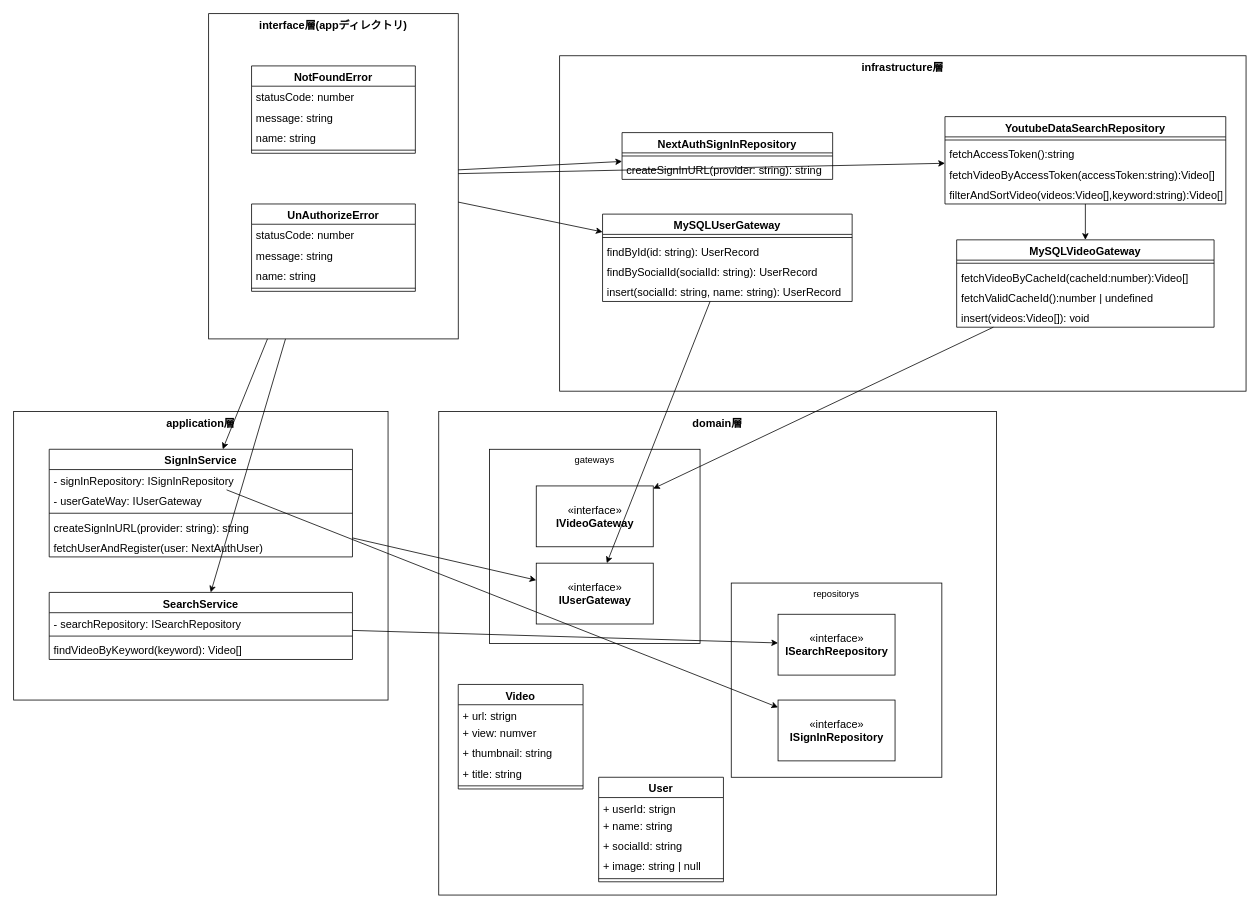
Above: docs/layered-structure.drawio in toki0902/psApp_Nextjs (draw.io), before the change. Source tidied: cells renumbered, new cells numbered last; positions are measured from the earlier drawing's top-left corner, leaving out a move shared by most shapes. Both pictures are drawn from the tidied source at 78%, with x=0, y=0 at pixel (13, 13).
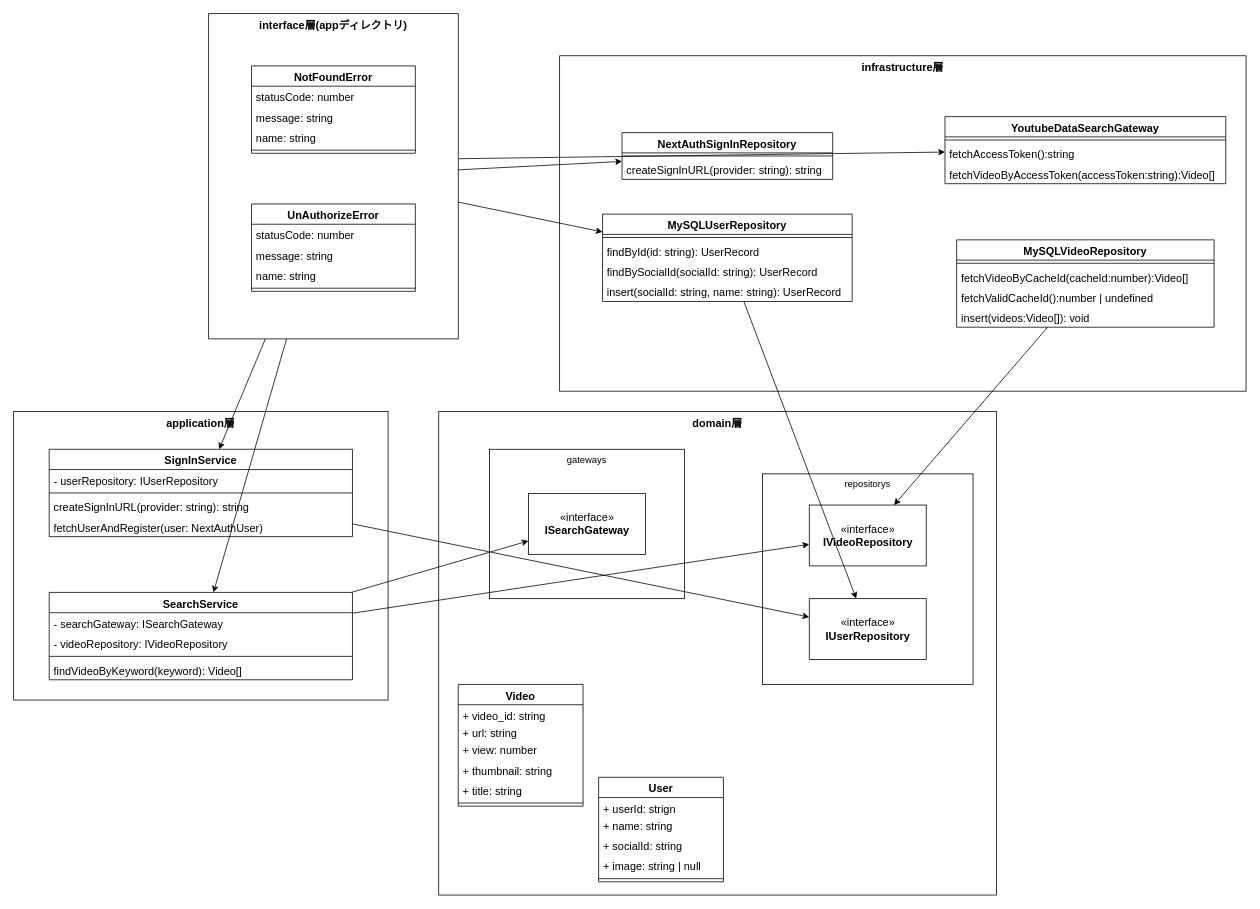
After the change.

The change refers to these unchanged cells:
```xml
<mxCell id="12" value="&lt;font size=&quot;1&quot;&gt;&lt;b style=&quot;font-size: 14px;&quot;&gt;interface層(appディレクトリ)&lt;/b&gt;&lt;/font&gt;" style="rounded=0;whiteSpace=wrap;html=1;fillColor=none;verticalAlign=top;" parent="1" vertex="1">
  <mxGeometry x="250" width="320" height="417" as="geometry" />
</mxCell>
```

The edit, as a diff of the source:
```diff
@@
     <mxCell id="3" value="repositorys" style="rounded=0;whiteSpace=wrap;html=1;fillColor=none;verticalAlign=top;" parent="1" vertex="1">
-      <mxGeometry x="920" y="730" width="270" height="249" as="geometry" />
+      <mxGeometry x="960" y="590" width="270" height="270" as="geometry" />
     </mxCell>
     <mxCell id="4" value="gateways" style="rounded=0;whiteSpace=wrap;html=1;fillColor=none;verticalAlign=top;" parent="1" vertex="1">
-      <mxGeometry x="610" y="558.5" width="270" height="249" as="geometry" />
+      <mxGeometry x="610" y="558.5" width="250" height="191.5" as="geometry" />
     </mxCell>
@@
-    <mxCell id="10" style="edgeStyle=none;html=1;" parent="1" edge="1" source="12" target="63">
+    <mxCell id="10" style="edgeStyle=none;html=1;exitX=1.002;exitY=0.446;exitDx=0;exitDy=0;exitPerimeter=0;" parent="1" edge="1" source="12" target="63">
       <mxGeometry relative="1" as="geometry" />
     </mxCell>
@@
     <mxCell id="23" value="SignInService" style="swimlane;fontStyle=1;align=center;verticalAlign=top;horizontal=1;startSize=26;fontSize=14;fillColor=none;" parent="1" vertex="1">
-      <mxGeometry x="45.6" y="558.5" width="388.8" height="138" as="geometry" />
+      <mxGeometry x="45.6" y="558.5" width="388.8" height="112" as="geometry" />
     </mxCell>
-    <mxCell id="24" value="- signInRepository: ISignInRepository" style="text;strokeColor=none;fillColor=none;align=left;verticalAlign=top;spacingLeft=4;spacingRight=4;overflow=hidden;points=[[0,0.5],[1,0.5]];portConstraint=eastwest;fontSize=14;" parent="23" vertex="1">
-      <mxGeometry y="26" width="388.8" height="26" as="geometry" />
-    </mxCell>
-    <mxCell id="25" value="- userGateWay: IUserGateway" style="text;strokeColor=none;fillColor=none;align=left;verticalAlign=top;spacingLeft=4;spacingRight=4;overflow=hidden;fontSize=14;" parent="23" vertex="1">
-      <mxGeometry y="52" width="388.8" height="26" as="geometry" />
+    <mxCell id="25" value="- userRepository: IUserRepository" style="text;strokeColor=none;fillColor=none;align=left;verticalAlign=top;spacingLeft=4;spacingRight=4;overflow=hidden;fontSize=14;" parent="23" vertex="1">
+      <mxGeometry y="26" width="388.8" height="26" as="geometry" />
     </mxCell>
     <mxCell id="26" style="line;strokeWidth=1;fillColor=none;align=left;verticalAlign=middle;spacingTop=-1;spacingLeft=3;spacingRight=3;labelPosition=right;strokeColor=inherit;fontSize=14;" parent="23" vertex="1">
-      <mxGeometry y="78" width="388.8" height="8" as="geometry" />
+      <mxGeometry y="52" width="388.8" height="8" as="geometry" />
     </mxCell>
     <mxCell id="27" value="createSignInURL(provider: string): string" style="text;strokeColor=none;fillColor=none;align=left;verticalAlign=top;spacingLeft=4;spacingRight=4;overflow=hidden;fontSize=14;" parent="23" vertex="1">
-      <mxGeometry y="86" width="388.8" height="26" as="geometry" />
+      <mxGeometry y="60" width="388.8" height="26" as="geometry" />
     </mxCell>
     <mxCell id="28" value="fetchUserAndRegister(user: NextAuthUser)" style="text;strokeColor=none;fillColor=none;align=left;verticalAlign=top;spacingLeft=4;spacingRight=4;overflow=hidden;fontSize=14;" parent="23" vertex="1">
-      <mxGeometry y="112" width="388.8" height="26" as="geometry" />
+      <mxGeometry y="86" width="388.8" height="26" as="geometry" />
     </mxCell>
-    <mxCell id="29" value="«interface»&lt;br&gt;&lt;b&gt;IUserGateway&lt;/b&gt;" style="html=1;fontSize=14;fillColor=none;" parent="1" vertex="1">
-      <mxGeometry x="670" y="704.5" width="150" height="78" as="geometry" />
+    <mxCell id="29" value="«interface»&lt;br&gt;&lt;b&gt;IUserRepository&lt;/b&gt;" style="html=1;fontSize=14;fillColor=none;" parent="1" vertex="1">
+      <mxGeometry x="1020" y="750" width="150" height="78" as="geometry" />
     </mxCell>
-    <mxCell id="30" style="edgeStyle=none;html=1;fontSize=14;" parent="1" edge="1" source="24" target="61">
-      <mxGeometry relative="1" as="geometry" />
-    </mxCell>
@@
-    <mxCell id="40" value="MySQLUserGateway" style="swimlane;fontStyle=1;align=center;verticalAlign=top;horizontal=1;startSize=26;fontSize=14;fillColor=none;" parent="1" vertex="1">
+    <mxCell id="40" value="MySQLUserRepository" style="swimlane;fontStyle=1;align=center;verticalAlign=top;horizontal=1;startSize=26;fontSize=14;fillColor=none;" parent="1" vertex="1">
       <mxGeometry x="755" y="257" width="320" height="112" as="geometry" />
     </mxCell>
@@
-    <mxCell id="48" value="«interface»&lt;br&gt;&lt;b&gt;ISearchReepository&lt;/b&gt;" style="html=1;fontSize=14;fillColor=none;" parent="1" vertex="1">
-      <mxGeometry x="980" y="770" width="150" height="78" as="geometry" />
+    <mxCell id="48" value="«interface»&lt;br&gt;&lt;b&gt;ISearchGateway&lt;/b&gt;" style="html=1;fontSize=14;fillColor=none;" parent="1" vertex="1">
+      <mxGeometry x="660" y="615.2" width="150" height="78" as="geometry" />
     </mxCell>
-    <mxCell id="49" value="«interface»&lt;br&gt;&lt;b&gt;IVideoGateway&lt;/b&gt;" style="html=1;fontSize=14;fillColor=none;" parent="1" vertex="1">
-      <mxGeometry x="670" y="605.5" width="150" height="78" as="geometry" />
+    <mxCell id="49" value="«interface»&lt;br&gt;&lt;b&gt;IVideoRepository&lt;/b&gt;" style="html=1;fontSize=14;fillColor=none;" parent="1" vertex="1">
+      <mxGeometry x="1020" y="630" width="150" height="78" as="geometry" />
     </mxCell>
     <mxCell id="50" value="Video" style="swimlane;fontStyle=1;align=center;verticalAlign=top;horizontal=1;startSize=26;fontSize=14;fillColor=none;" parent="1" vertex="1">
-      <mxGeometry x="570" y="860" width="160" height="134" as="geometry" />
+      <mxGeometry x="570" y="860" width="160" height="156" as="geometry" />
     </mxCell>
-    <mxCell id="51" value="+ url: strign" style="text;strokeColor=none;fillColor=none;align=left;verticalAlign=top;spacingLeft=4;spacingRight=4;overflow=hidden;fontSize=14;" parent="50" vertex="1">
+    <mxCell id="51" value="+ video_id: string" style="text;strokeColor=none;fillColor=none;align=left;verticalAlign=top;spacingLeft=4;spacingRight=4;overflow=hidden;fontSize=14;" parent="50" vertex="1">
       <mxGeometry y="26" width="160" height="22" as="geometry" />
     </mxCell>
+    <mxCell id="74" value="+ url: string" style="text;strokeColor=none;fillColor=none;align=left;verticalAlign=top;spacingLeft=4;spacingRight=4;overflow=hidden;fontSize=14;" parent="50" vertex="1">
+      <mxGeometry y="48" width="160" height="22" as="geometry" />
+    </mxCell>
-    <mxCell id="52" value="+ view: numver" style="text;strokeColor=none;fillColor=none;align=left;verticalAlign=top;spacingLeft=4;spacingRight=4;overflow=hidden;fontSize=14;" parent="50" vertex="1">
-      <mxGeometry y="48" width="160" height="26" as="geometry" />
+    <mxCell id="52" value="+ view: number" style="text;strokeColor=none;fillColor=none;align=left;verticalAlign=top;spacingLeft=4;spacingRight=4;overflow=hidden;fontSize=14;" parent="50" vertex="1">
+      <mxGeometry y="70" width="160" height="26" as="geometry" />
     </mxCell>
     <mxCell id="53" value="+ thumbnail: string" style="text;strokeColor=none;fillColor=none;align=left;verticalAlign=top;spacingLeft=4;spacingRight=4;overflow=hidden;fontSize=14;" parent="50" vertex="1">
-      <mxGeometry y="74" width="160" height="26" as="geometry" />
+      <mxGeometry y="96" width="160" height="26" as="geometry" />
     </mxCell>
     <mxCell id="54" value="+ title: string" style="text;strokeColor=none;fillColor=none;align=left;verticalAlign=top;spacingLeft=4;spacingRight=4;overflow=hidden;fontSize=14;" parent="50" vertex="1">
-      <mxGeometry y="100" width="160" height="26" as="geometry" />
+      <mxGeometry y="122" width="160" height="26" as="geometry" />
     </mxCell>
     <mxCell id="55" style="line;strokeWidth=1;fillColor=none;align=left;verticalAlign=middle;spacingTop=-1;spacingLeft=3;spacingRight=3;labelPosition=right;strokeColor=inherit;fontSize=14;" parent="50" vertex="1">
-      <mxGeometry y="126" width="160" height="8" as="geometry" />
+      <mxGeometry y="148" width="160" height="8" as="geometry" />
     </mxCell>
@@
+    <mxCell id="75" style="edgeStyle=none;html=1;" parent="1" edge="1" source="57" target="49">
+      <mxGeometry relative="1" as="geometry" />
+    </mxCell>
     <mxCell id="57" value="SearchService" style="swimlane;fontStyle=1;align=center;verticalAlign=top;horizontal=1;startSize=26;fontSize=14;fillColor=none;" parent="1" vertex="1">
-      <mxGeometry x="45.6" y="742" width="388.8" height="86" as="geometry" />
+      <mxGeometry x="45.6" y="742" width="388.8" height="112" as="geometry" />
     </mxCell>
-    <mxCell id="58" value="- searchRepository: ISearchRepository" style="text;strokeColor=none;fillColor=none;align=left;verticalAlign=top;spacingLeft=4;spacingRight=4;overflow=hidden;fontSize=14;" parent="57" vertex="1">
+    <mxCell id="58" value="- searchGateway: ISearchGateway" style="text;strokeColor=none;fillColor=none;align=left;verticalAlign=top;spacingLeft=4;spacingRight=4;overflow=hidden;fontSize=14;" parent="57" vertex="1">
       <mxGeometry y="26" width="388.8" height="26" as="geometry" />
     </mxCell>
+    <mxCell id="76" value="- videoRepository: IVideoRepository" style="text;strokeColor=none;fillColor=none;align=left;verticalAlign=top;spacingLeft=4;spacingRight=4;overflow=hidden;fontSize=14;" parent="57" vertex="1">
+      <mxGeometry y="52" width="388.8" height="26" as="geometry" />
+    </mxCell>
     <mxCell id="59" style="line;strokeWidth=1;fillColor=none;align=left;verticalAlign=middle;spacingTop=-1;spacingLeft=3;spacingRight=3;labelPosition=right;strokeColor=inherit;fontSize=14;" parent="57" vertex="1">
-      <mxGeometry y="52" width="388.8" height="8" as="geometry" />
+      <mxGeometry y="78" width="388.8" height="8" as="geometry" />
     </mxCell>
     <mxCell id="60" value="findVideoByKeyword(keyword): Video[]" style="text;strokeColor=none;fillColor=none;align=left;verticalAlign=top;spacingLeft=4;spacingRight=4;overflow=hidden;fontSize=14;" parent="57" vertex="1">
-      <mxGeometry y="60" width="388.8" height="26" as="geometry" />
+      <mxGeometry y="86" width="388.8" height="26" as="geometry" />
     </mxCell>
-    <mxCell id="61" value="«interface»&lt;br&gt;&lt;b&gt;ISignInRepository&lt;/b&gt;" style="html=1;fontSize=14;fillColor=none;" parent="1" vertex="1">
-      <mxGeometry x="980" y="880" width="150" height="78" as="geometry" />
-    </mxCell>
-    <mxCell id="62" style="edgeStyle=none;html=1;" parent="1" edge="1" source="63" target="69">
-      <mxGeometry relative="1" as="geometry" />
-    </mxCell>
-    <mxCell id="63" value="YoutubeDataSearchRepository" style="swimlane;fontStyle=1;align=center;verticalAlign=top;horizontal=1;startSize=26;fontSize=14;fillColor=none;" parent="1" vertex="1">
-      <mxGeometry x="1194" y="132" width="360" height="112" as="geometry" />
+    <mxCell id="63" value="YoutubeDataSearchGateway" style="swimlane;fontStyle=1;align=center;verticalAlign=top;horizontal=1;startSize=26;fontSize=14;fillColor=none;" parent="1" vertex="1">
+      <mxGeometry x="1194" y="132" width="360" height="86" as="geometry" />
     </mxCell>
@@
-    <mxCell id="67" value="filterAndSortVideo(videos:Video[],keyword:string):Video[]" style="text;strokeColor=none;fillColor=none;align=left;verticalAlign=top;spacingLeft=4;spacingRight=4;overflow=hidden;fontSize=14;" parent="63" vertex="1">
-      <mxGeometry y="86" width="360" height="26" as="geometry" />
-    </mxCell>
@@
-    <mxCell id="69" value="MySQLVideoGateway" style="swimlane;fontStyle=1;align=center;verticalAlign=top;horizontal=1;startSize=26;fontSize=14;fillColor=none;" parent="1" vertex="1">
+    <mxCell id="69" value="MySQLVideoRepository" style="swimlane;fontStyle=1;align=center;verticalAlign=top;horizontal=1;startSize=26;fontSize=14;fillColor=none;" parent="1" vertex="1">
       <mxGeometry x="1209" y="290" width="330" height="112" as="geometry" />
     </mxCell>
```
